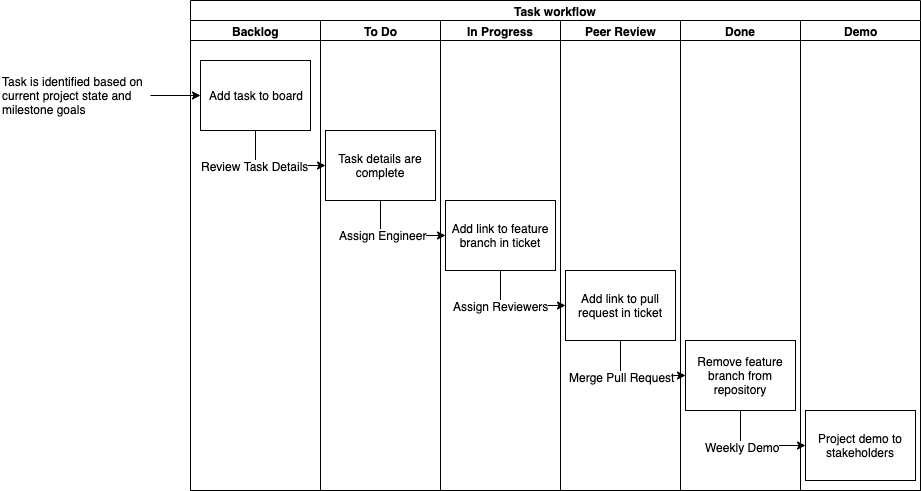
Earlier version of the draw.io export task workflow.png (mpollack360/innovation-labs). Source tidied: cells renumbered, new cells last; positions are measured from the earlier drawing's top-left corner, leaving out a move shared by most shapes.
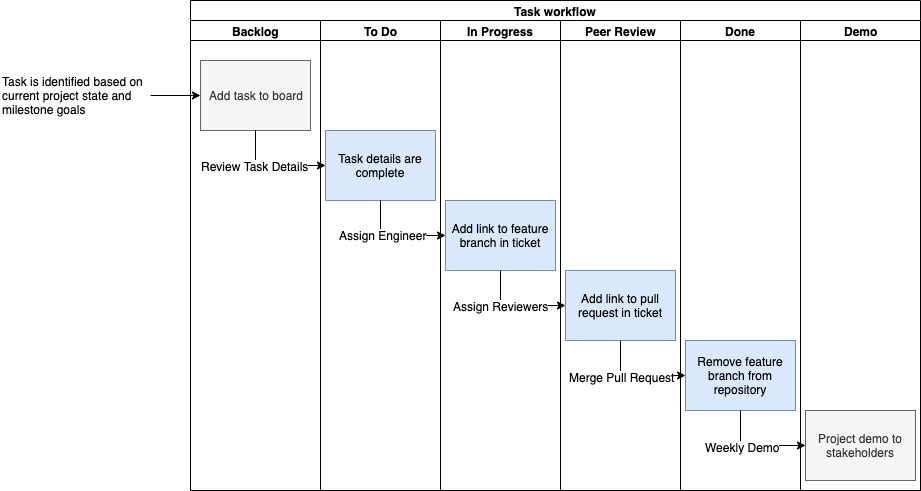
After the commit.

Change to the diagram source:
```diff
@@ -8,7 +8,7 @@
     <mxCell id="3" value="Backlog" style="swimlane;html=1;startSize=20;" parent="2" vertex="1">
       <mxGeometry y="20" width="130" height="470" as="geometry" />
     </mxCell>
-    <mxCell id="4" value="Add task to board" style="rounded=0;whiteSpace=wrap;html=1;" parent="3" vertex="1">
+    <mxCell id="4" value="Add task to board" style="rounded=0;whiteSpace=wrap;html=1;fillColor=#f5f5f5;strokeColor=#666666;fontColor=#333333;" parent="3" vertex="1">
       <mxGeometry x="10" y="40" width="110" height="70" as="geometry" />
     </mxCell>
     <mxCell id="5" value="Backlog" style="swimlane;html=1;startSize=20;" parent="2" vertex="1">
@@ -17,31 +17,31 @@
     <mxCell id="6" value="To Do" style="swimlane;html=1;startSize=20;" parent="5" vertex="1">
       <mxGeometry width="120" height="470" as="geometry" />
     </mxCell>
-    <mxCell id="7" value="Task details are complete" style="rounded=0;whiteSpace=wrap;html=1;" parent="6" vertex="1">
+    <mxCell id="7" value="Task details are complete" style="rounded=0;whiteSpace=wrap;html=1;fillColor=#dae8fc;strokeColor=#6c8ebf;" parent="6" vertex="1">
       <mxGeometry x="5" y="110" width="110" height="70" as="geometry" />
     </mxCell>
     <mxCell id="8" value="In Progress" style="swimlane;html=1;startSize=20;" parent="2" vertex="1">
       <mxGeometry x="250" y="20" width="120" height="470" as="geometry" />
     </mxCell>
-    <mxCell id="9" value="Add link to feature branch in ticket" style="rounded=0;whiteSpace=wrap;html=1;" parent="8" vertex="1">
+    <mxCell id="9" value="Add link to feature branch in ticket" style="rounded=0;whiteSpace=wrap;html=1;fillColor=#dae8fc;strokeColor=#6c8ebf;" parent="8" vertex="1">
       <mxGeometry x="5" y="180" width="110" height="70" as="geometry" />
     </mxCell>
     <mxCell id="10" value="Peer Review" style="swimlane;html=1;startSize=20;" parent="2" vertex="1">
       <mxGeometry x="370" y="20" width="120" height="470" as="geometry" />
     </mxCell>
-    <mxCell id="11" value="Add link to pull request in ticket" style="rounded=0;whiteSpace=wrap;html=1;" parent="10" vertex="1">
+    <mxCell id="11" value="Add link to pull request in ticket" style="rounded=0;whiteSpace=wrap;html=1;fillColor=#dae8fc;strokeColor=#6c8ebf;" parent="10" vertex="1">
       <mxGeometry x="5" y="250" width="110" height="70" as="geometry" />
     </mxCell>
     <mxCell id="12" value="Done" style="swimlane;html=1;startSize=20;" parent="2" vertex="1">
       <mxGeometry x="490" y="20" width="120" height="470" as="geometry" />
     </mxCell>
-    <mxCell id="13" value="Remove feature branch from repository" style="rounded=0;whiteSpace=wrap;html=1;" parent="12" vertex="1">
+    <mxCell id="13" value="Remove feature branch from repository" style="rounded=0;whiteSpace=wrap;html=1;fillColor=#dae8fc;strokeColor=#6c8ebf;" parent="12" vertex="1">
       <mxGeometry x="5" y="320" width="110" height="70" as="geometry" />
     </mxCell>
     <mxCell id="14" value="Demo" style="swimlane;html=1;startSize=20;" parent="2" vertex="1">
       <mxGeometry x="610" y="20" width="120" height="470" as="geometry" />
     </mxCell>
-    <mxCell id="15" value="Project demo to stakeholders" style="rounded=0;whiteSpace=wrap;html=1;" parent="14" vertex="1">
+    <mxCell id="15" value="Project demo to stakeholders" style="rounded=0;whiteSpace=wrap;html=1;fillColor=#f5f5f5;strokeColor=#666666;fontColor=#333333;" parent="14" vertex="1">
       <mxGeometry x="5" y="390" width="110" height="70" as="geometry" />
     </mxCell>
     <mxCell id="16" style="edgeStyle=orthogonalEdgeStyle;rounded=0;jettySize=auto;html=1;entryX=0;entryY=0.5;entryDx=0;entryDy=0;exitX=0.5;exitY=1;exitDx=0;exitDy=0;" parent="2" edge="1" source="4" target="7">
```
